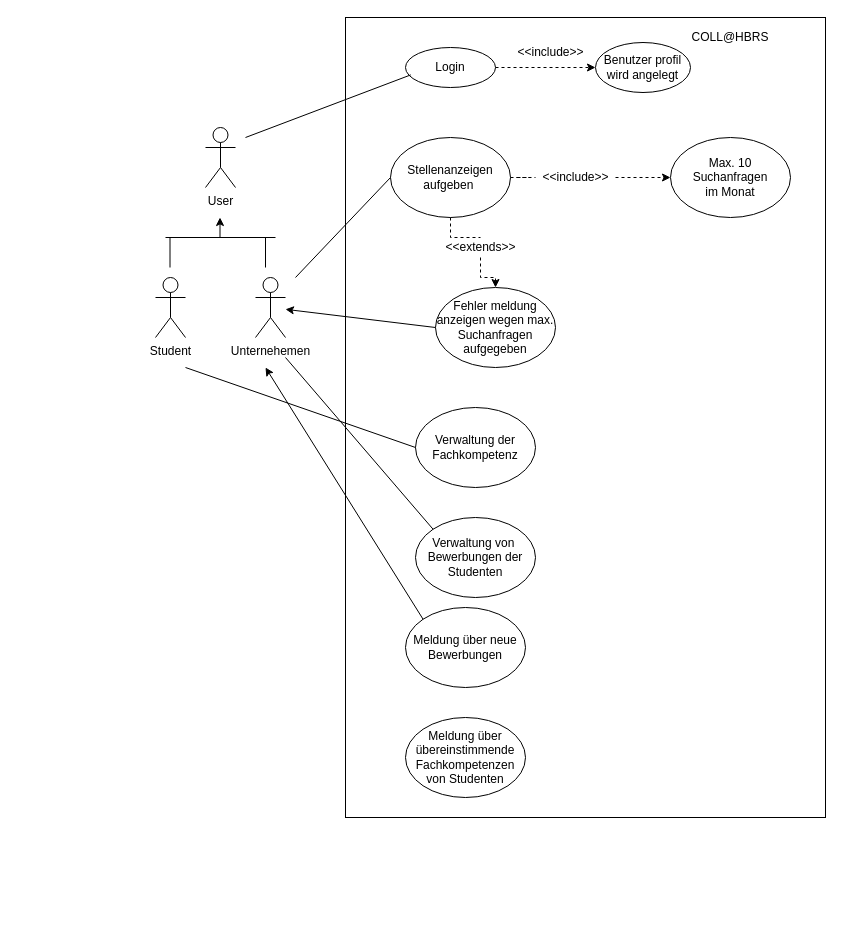
Above: src/org/hbrs/se1/ws21/uebung5/5_1.drawio in TomKeppeler/codesSE2021 (draw.io), before the change. Source tidied: cells renumbered, new cells numbered last; positions are measured from the earlier drawing's top-left corner, leaving out a move shared by most shapes. Both pictures are drawn from the tidied source at 100%, with x=0, y=0 at pixel (155, 17).
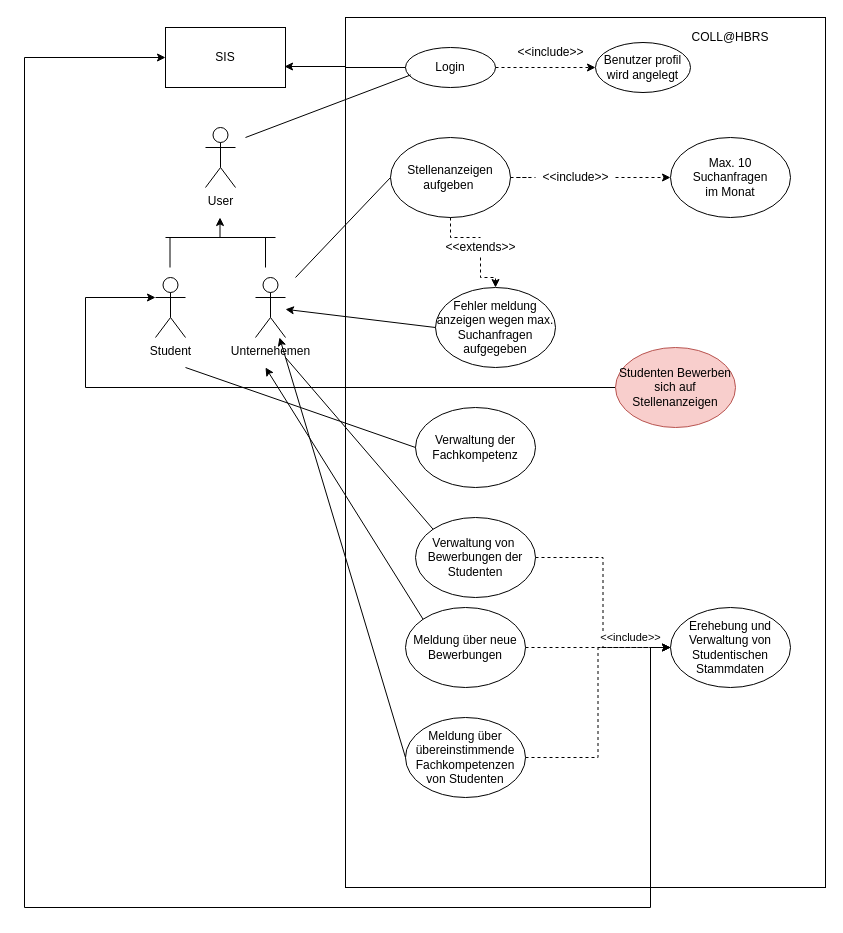
The same diagram, later.

The change refers to these unchanged cells:
```xml
<mxCell id="4" value="Login" style="ellipse;whiteSpace=wrap;html=1;fillColor=none;" parent="1" vertex="1">
  <mxGeometry x="250" y="30" width="90" height="40" as="geometry" />
</mxCell>
<mxCell id="9" value="Unternehemen" style="shape=umlActor;verticalLabelPosition=bottom;verticalAlign=top;html=1;outlineConnect=0;fillColor=none;" parent="1" vertex="1">
  <mxGeometry x="100" y="260" width="30" height="60" as="geometry" />
</mxCell>
<mxCell id="10" value="Student" style="shape=umlActor;verticalLabelPosition=bottom;verticalAlign=top;html=1;outlineConnect=0;fillColor=none;" parent="1" vertex="1">
  <mxGeometry y="260" width="30" height="60" as="geometry" />
</mxCell>
<mxCell id="29" value="Verwaltung von&amp;nbsp; Bewerbungen der Studenten" style="ellipse;whiteSpace=wrap;html=1;fillColor=none;" parent="1" vertex="1">
  <mxGeometry x="260" y="500" width="120" height="80" as="geometry" />
</mxCell>
<mxCell id="31" value="Meldung über neue Bewerbungen" style="ellipse;whiteSpace=wrap;html=1;fillColor=none;" parent="1" vertex="1">
  <mxGeometry x="250" y="590" width="120" height="80" as="geometry" />
</mxCell>
<mxCell id="33" value="Meldung über übereinstimmende Fachkompetenzen von Studenten" style="ellipse;whiteSpace=wrap;html=1;fillColor=none;" parent="1" vertex="1">
  <mxGeometry x="250" y="700" width="120" height="80" as="geometry" />
</mxCell>
```

Change to the diagram source:
```diff
@@
     <mxCell id="2" style="rounded=0;whiteSpace=wrap;html=1;fillColor=none;" parent="1" vertex="1">
-      <mxGeometry x="190" width="480" height="800" as="geometry" />
+      <mxGeometry x="190" width="480" height="870" as="geometry" />
     </mxCell>
@@
+    <mxCell id="34" style="edgeStyle=orthogonalEdgeStyle;rounded=0;jettySize=auto;html=1;entryX=0.992;entryY=0.65;entryDx=0;entryDy=0;entryPerimeter=0;" parent="1" edge="1" source="4" target="39">
+      <mxGeometry relative="1" as="geometry" />
+    </mxCell>
@@
+    <mxCell id="35" style="edgeStyle=orthogonalEdgeStyle;rounded=0;jettySize=auto;html=1;entryX=0;entryY=0.5;entryDx=0;entryDy=0;dashed=1;" parent="1" edge="1" source="29" target="41">
+      <mxGeometry relative="1" as="geometry" />
+    </mxCell>
@@
+    <mxCell id="36" style="edgeStyle=orthogonalEdgeStyle;rounded=0;jettySize=auto;html=1;entryX=0;entryY=0.5;entryDx=0;entryDy=0;dashed=1;" parent="1" edge="1" source="31" target="41">
+      <mxGeometry relative="1" as="geometry" />
+    </mxCell>
@@
+    <mxCell id="37" style="edgeStyle=orthogonalEdgeStyle;rounded=0;jettySize=auto;html=1;entryX=0;entryY=0.5;entryDx=0;entryDy=0;dashed=1;" parent="1" edge="1" source="33" target="41">
+      <mxGeometry relative="1" as="geometry" />
+    </mxCell>
@@
+    <mxCell id="38" style="endArrow=classic;html=1;exitX=0;exitY=0.5;exitDx=0;exitDy=0;" parent="1" edge="1" source="33" target="9">
+      <mxGeometry relative="1" as="geometry" />
+    </mxCell>
+    <mxCell id="39" value="SIS" style="rounded=0;whiteSpace=wrap;html=1;" parent="1" vertex="1">
+      <mxGeometry x="10" y="10" width="120" height="60" as="geometry" />
+    </mxCell>
+    <mxCell id="40" style="edgeStyle=orthogonalEdgeStyle;rounded=0;jettySize=auto;html=1;entryX=0;entryY=0.5;entryDx=0;entryDy=0;" parent="1" edge="1" source="41" target="39">
+      <mxGeometry relative="1" as="geometry">
+        <Array as="points">
+          <mxPoint x="495" y="890" />
+          <mxPoint x="-131" y="890" />
+          <mxPoint x="-131" y="40" />
+        </Array>
+      </mxGeometry>
+    </mxCell>
+    <mxCell id="41" value="Erehebung und Verwaltung von Studentischen Stammdaten" style="ellipse;whiteSpace=wrap;html=1;" parent="1" vertex="1">
+      <mxGeometry x="515" y="590" width="120" height="80" as="geometry" />
+    </mxCell>
+    <mxCell id="42" value="&lt;span style=&quot;font-size: 11px ; background-color: rgb(255 , 255 , 255)&quot;&gt;&amp;lt;&amp;lt;include&amp;gt;&amp;gt;&lt;/span&gt;" style="text;html=1;align=center;verticalAlign=middle;strokeColor=none;" parent="1" vertex="1">
+      <mxGeometry x="435" y="610" width="80" height="20" as="geometry" />
+    </mxCell>
+    <mxCell id="43" style="edgeStyle=orthogonalEdgeStyle;rounded=0;jettySize=auto;html=1;entryX=0;entryY=0.3333333333333333;entryDx=0;entryDy=0;entryPerimeter=0;" parent="1" edge="1" source="44" target="10">
+      <mxGeometry relative="1" as="geometry">
+        <Array as="points">
+          <mxPoint x="-70" y="370" />
+          <mxPoint x="-70" y="280" />
+        </Array>
+      </mxGeometry>
+    </mxCell>
+    <mxCell id="44" value="Studenten Bewerben sich auf Stellenanzeigen" style="ellipse;whiteSpace=wrap;html=1;fillColor=#f8cecc;strokeColor=#b85450;" parent="1" vertex="1">
+      <mxGeometry x="460" y="330" width="120" height="80" as="geometry" />
+    </mxCell>
```
